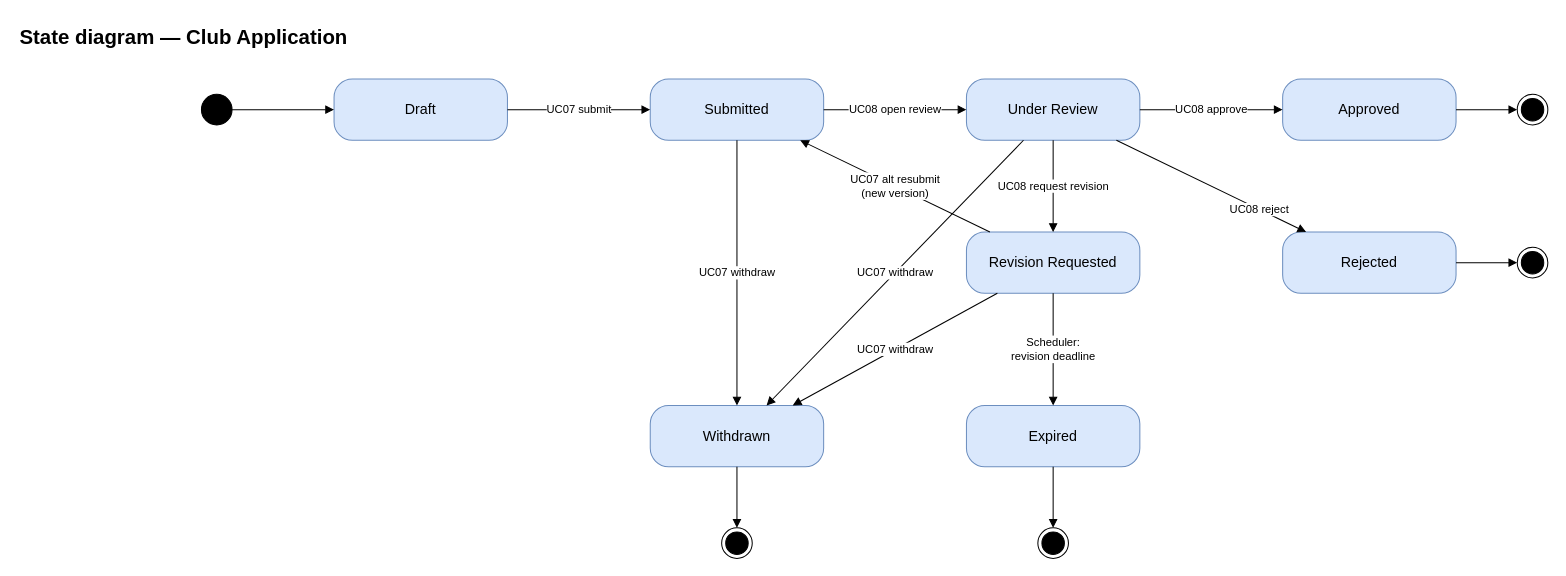
Before: page "Club Application" (1 of 9) of docs/03-diagrams/UCMS_State_Diagrams.drawio in nvdekay/ClubManagementSystem, a draw.io diagram. Source tidied: cells renumbered, new cells numbered last; positions are measured from the earlier drawing's top-left corner, leaving out a move shared by most shapes. Both pictures are drawn from the tidied source at 102%, with x=0, y=0 at pixel (17, 17).
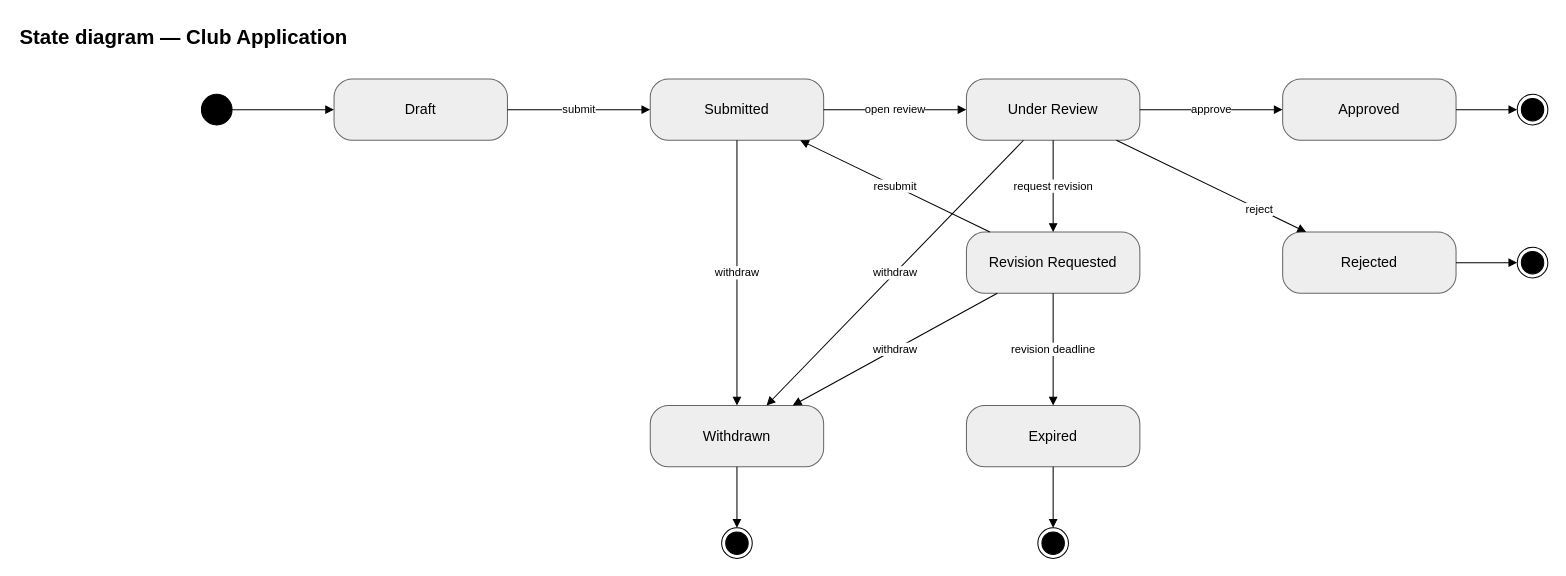
After the change.

What changed in the source:
```diff
@@
-    <mxCell id="3" value="Draft" style="rounded=1;arcSize=30;whiteSpace=wrap;html=1;fillColor=#dae8fc;strokeColor=#6c8ebf;fontSize=14;" parent="1" vertex="1">
+    <mxCell id="3" value="Draft" style="rounded=1;arcSize=30;whiteSpace=wrap;html=1;fillColor=#eeeeee;strokeColor=#666666;fontSize=14;" parent="1" vertex="1">
       <mxGeometry x="310" y="60" width="170" height="60" as="geometry" />
     </mxCell>
-    <mxCell id="4" value="Submitted" style="rounded=1;arcSize=30;whiteSpace=wrap;html=1;fillColor=#dae8fc;strokeColor=#6c8ebf;fontSize=14;" parent="1" vertex="1">
+    <mxCell id="4" value="Submitted" style="rounded=1;arcSize=30;whiteSpace=wrap;html=1;fillColor=#eeeeee;strokeColor=#666666;fontSize=14;" parent="1" vertex="1">
       <mxGeometry x="620" y="60" width="170" height="60" as="geometry" />
     </mxCell>
-    <mxCell id="5" value="Under Review" style="rounded=1;arcSize=30;whiteSpace=wrap;html=1;fillColor=#dae8fc;strokeColor=#6c8ebf;fontSize=14;" parent="1" vertex="1">
+    <mxCell id="5" value="Under Review" style="rounded=1;arcSize=30;whiteSpace=wrap;html=1;fillColor=#eeeeee;strokeColor=#666666;fontSize=14;" parent="1" vertex="1">
       <mxGeometry x="930" y="60" width="170" height="60" as="geometry" />
     </mxCell>
-    <mxCell id="6" value="Revision Requested" style="rounded=1;arcSize=30;whiteSpace=wrap;html=1;fillColor=#dae8fc;strokeColor=#6c8ebf;fontSize=14;" parent="1" vertex="1">
+    <mxCell id="6" value="Revision Requested" style="rounded=1;arcSize=30;whiteSpace=wrap;html=1;fillColor=#eeeeee;strokeColor=#666666;fontSize=14;" parent="1" vertex="1">
       <mxGeometry x="930" y="210" width="170" height="60" as="geometry" />
     </mxCell>
-    <mxCell id="7" value="Approved" style="rounded=1;arcSize=30;whiteSpace=wrap;html=1;fillColor=#dae8fc;strokeColor=#6c8ebf;fontSize=14;" parent="1" vertex="1">
+    <mxCell id="7" value="Approved" style="rounded=1;arcSize=30;whiteSpace=wrap;html=1;fillColor=#eeeeee;strokeColor=#666666;fontSize=14;" parent="1" vertex="1">
       <mxGeometry x="1240" y="60" width="170" height="60" as="geometry" />
     </mxCell>
-    <mxCell id="8" value="Rejected" style="rounded=1;arcSize=30;whiteSpace=wrap;html=1;fillColor=#dae8fc;strokeColor=#6c8ebf;fontSize=14;" parent="1" vertex="1">
+    <mxCell id="8" value="Rejected" style="rounded=1;arcSize=30;whiteSpace=wrap;html=1;fillColor=#eeeeee;strokeColor=#666666;fontSize=14;" parent="1" vertex="1">
       <mxGeometry x="1240" y="210" width="170" height="60" as="geometry" />
     </mxCell>
@@
-    <mxCell id="15" value="UC07 submit" style="endArrow=block;endFill=1;html=1;rounded=0;fontSize=11;labelBackgroundColor=#ffffff;" parent="1" edge="1" source="3" target="4">
+    <mxCell id="15" value="submit" style="endArrow=block;endFill=1;html=1;rounded=0;fontSize=11;labelBackgroundColor=#ffffff;" parent="1" edge="1" source="3" target="4">
       <mxGeometry relative="1" as="geometry" />
     </mxCell>
-    <mxCell id="16" value="UC08 open review" style="endArrow=block;endFill=1;html=1;rounded=0;fontSize=11;labelBackgroundColor=#ffffff;" parent="1" edge="1" source="4" target="5">
+    <mxCell id="16" value="open review" style="endArrow=block;endFill=1;html=1;rounded=0;fontSize=11;labelBackgroundColor=#ffffff;" parent="1" edge="1" source="4" target="5">
       <mxGeometry relative="1" as="geometry" />
     </mxCell>
-    <mxCell id="17" value="UC08 request revision" style="endArrow=block;endFill=1;html=1;rounded=0;fontSize=11;labelBackgroundColor=#ffffff;" parent="1" edge="1" source="5" target="6">
+    <mxCell id="17" value="request revision" style="endArrow=block;endFill=1;html=1;rounded=0;fontSize=11;labelBackgroundColor=#ffffff;" parent="1" edge="1" source="5" target="6">
       <mxGeometry relative="1" as="geometry" />
     </mxCell>
-    <mxCell id="18" value="UC07 alt resubmit&lt;br&gt;(new version)" style="endArrow=block;endFill=1;html=1;rounded=0;fontSize=11;labelBackgroundColor=#ffffff;" parent="1" edge="1" source="6" target="4">
+    <mxCell id="18" value="resubmit" style="endArrow=block;endFill=1;html=1;rounded=0;fontSize=11;labelBackgroundColor=#ffffff;" parent="1" edge="1" source="6" target="4">
       <mxGeometry relative="1" as="geometry" />
     </mxCell>
-    <mxCell id="19" value="UC08 approve" style="endArrow=block;endFill=1;html=1;rounded=0;fontSize=11;labelBackgroundColor=#ffffff;" parent="1" edge="1" source="5" target="7">
+    <mxCell id="19" value="approve" style="endArrow=block;endFill=1;html=1;rounded=0;fontSize=11;labelBackgroundColor=#ffffff;" parent="1" edge="1" source="5" target="7">
       <mxGeometry relative="1" as="geometry" />
     </mxCell>
-    <mxCell id="20" value="UC08 reject" style="endArrow=block;endFill=1;html=1;rounded=0;fontSize=11;labelBackgroundColor=#ffffff;" parent="1" edge="1" source="5" target="8">
+    <mxCell id="20" value="reject" style="endArrow=block;endFill=1;html=1;rounded=0;fontSize=11;labelBackgroundColor=#ffffff;" parent="1" edge="1" source="5" target="8">
       <mxGeometry x="0.5" relative="1" as="geometry" />
     </mxCell>
-    <mxCell id="21" value="Withdrawn" style="rounded=1;arcSize=30;whiteSpace=wrap;html=1;fillColor=#dae8fc;strokeColor=#6c8ebf;fontSize=14;" parent="1" vertex="1">
+    <mxCell id="21" value="Withdrawn" style="rounded=1;arcSize=30;whiteSpace=wrap;html=1;fillColor=#eeeeee;strokeColor=#666666;fontSize=14;" parent="1" vertex="1">
       <mxGeometry x="620" y="380" width="170" height="60" as="geometry" />
     </mxCell>
-    <mxCell id="22" value="Expired" style="rounded=1;arcSize=30;whiteSpace=wrap;html=1;fillColor=#dae8fc;strokeColor=#6c8ebf;fontSize=14;" parent="1" vertex="1">
+    <mxCell id="22" value="Expired" style="rounded=1;arcSize=30;whiteSpace=wrap;html=1;fillColor=#eeeeee;strokeColor=#666666;fontSize=14;" parent="1" vertex="1">
       <mxGeometry x="930" y="380" width="170" height="60" as="geometry" />
     </mxCell>
@@
-    <mxCell id="25" value="UC07 withdraw" style="endArrow=block;endFill=1;html=1;rounded=0;fontSize=11;labelBackgroundColor=#ffffff;" parent="1" edge="1" source="4" target="21">
+    <mxCell id="25" value="withdraw" style="endArrow=block;endFill=1;html=1;rounded=0;fontSize=11;labelBackgroundColor=#ffffff;" parent="1" edge="1" source="4" target="21">
       <mxGeometry relative="1" as="geometry" />
     </mxCell>
-    <mxCell id="26" value="UC07 withdraw" style="endArrow=block;endFill=1;html=1;rounded=0;fontSize=11;labelBackgroundColor=#ffffff;" parent="1" edge="1" source="5" target="21">
+    <mxCell id="26" value="withdraw" style="endArrow=block;endFill=1;html=1;rounded=0;fontSize=11;labelBackgroundColor=#ffffff;" parent="1" edge="1" source="5" target="21">
       <mxGeometry relative="1" as="geometry" />
     </mxCell>
-    <mxCell id="27" value="UC07 withdraw" style="endArrow=block;endFill=1;html=1;rounded=0;fontSize=11;labelBackgroundColor=#ffffff;" parent="1" edge="1" source="6" target="21">
+    <mxCell id="27" value="withdraw" style="endArrow=block;endFill=1;html=1;rounded=0;fontSize=11;labelBackgroundColor=#ffffff;" parent="1" edge="1" source="6" target="21">
       <mxGeometry relative="1" as="geometry" />
     </mxCell>
-    <mxCell id="28" value="Scheduler:&lt;br&gt;revision deadline" style="endArrow=block;endFill=1;html=1;rounded=0;fontSize=11;labelBackgroundColor=#ffffff;" parent="1" edge="1" source="6" target="22">
+    <mxCell id="28" value="revision deadline" style="endArrow=block;endFill=1;html=1;rounded=0;fontSize=11;labelBackgroundColor=#ffffff;" parent="1" edge="1" source="6" target="22">
       <mxGeometry relative="1" as="geometry" />
     </mxCell>
```
